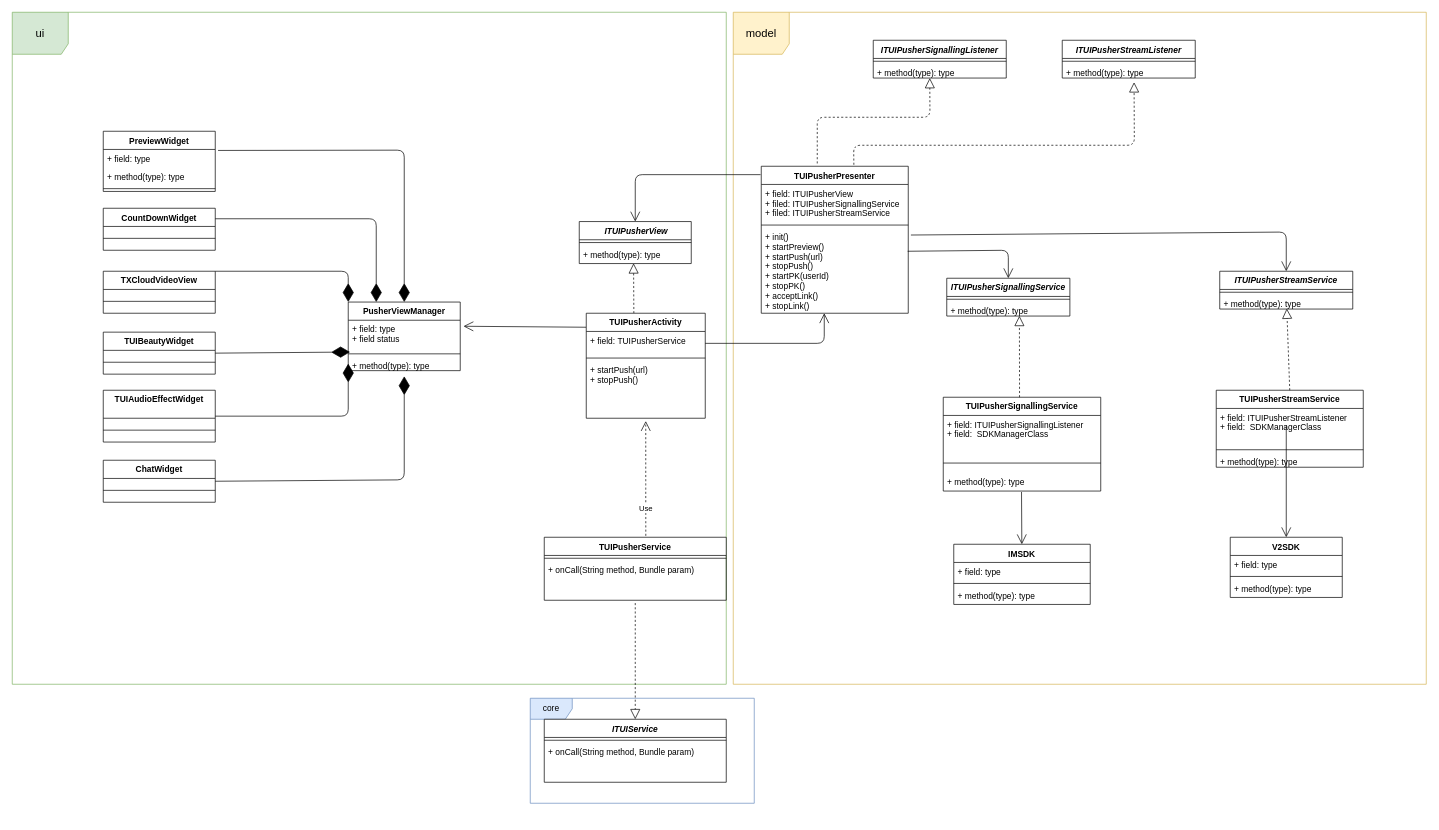
The draw.io diagram diagrams/TUIPusher.drawio in paopaosecret/resources, before the edit. Source tidied: cells renumbered, new cells numbered last; positions are measured from the earlier drawing's top-left corner, leaving out a move shared by most shapes. Both pictures are drawn from the tidied source at 70%, with x=0, y=0 at pixel (12, 12).
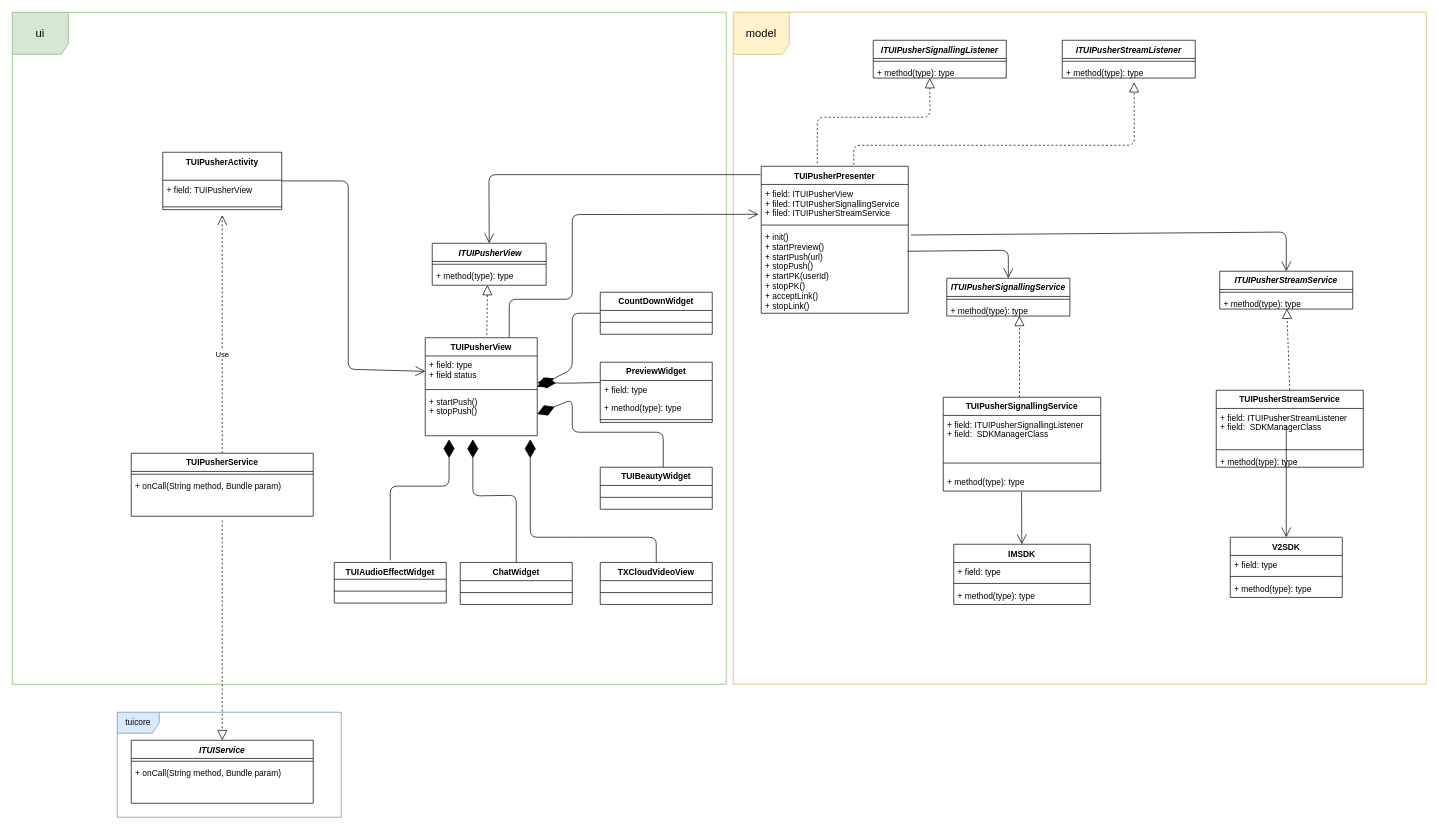
Above is the later version.

The change refers to these unchanged cells:
```xml
<mxCell id="9" value="+ field: ITUIPusherView&#10;+ filed: ITUIPusherSignallingService&#10;+ filed: ITUIPusherStreamService" style="text;strokeColor=none;fillColor=none;align=left;verticalAlign=top;spacingLeft=4;spacingRight=4;overflow=hidden;points=[[0,0.5],[1,0.5]];portConstraint=eastwest;" parent="8" vertex="1">
  <mxGeometry y="26" width="210" height="54" as="geometry" />
</mxCell>
<mxCell id="13" value="+ field: type" style="text;strokeColor=none;fillColor=none;align=left;verticalAlign=top;spacingLeft=4;spacingRight=4;overflow=hidden;points=[[0,0.5],[1,0.5]];portConstraint=eastwest;" parent="12" vertex="1">
  <mxGeometry y="26" width="160" height="26" as="geometry" />
</mxCell>
<mxCell id="56" value="+ field: type&#10;+ field status" style="text;strokeColor=none;fillColor=none;align=left;verticalAlign=top;spacingLeft=4;spacingRight=4;overflow=hidden;points=[[0,0.5],[1,0.5]];portConstraint=eastwest;" parent="55" vertex="1">
  <mxGeometry y="26" width="160" height="44" as="geometry" />
</mxCell>
<mxCell id="57" style="line;strokeWidth=1;fillColor=none;align=left;verticalAlign=middle;spacingTop=-1;spacingLeft=3;spacingRight=3;labelPosition=right;points=[];portConstraint=eastwest;" parent="55" vertex="1">
  <mxGeometry y="70" width="160" height="8" as="geometry" />
</mxCell>
<mxCell id="82" value="+ onCall(String method, Bundle param)" style="text;strokeColor=none;fillColor=none;align=left;verticalAlign=top;spacingLeft=4;spacingRight=4;overflow=hidden;points=[[0,0.5],[1,0.5]];portConstraint=eastwest;" parent="80" vertex="1">
  <mxGeometry y="34" width="260" height="56" as="geometry" />
</mxCell>
```

Diff of the diagram source:
```diff
@@
-    <mxCell id="2" value="core" style="shape=umlFrame;whiteSpace=wrap;html=1;fillColor=#dae8fc;strokeColor=#6c8ebf;" parent="1" vertex="1">
-      <mxGeometry x="740" y="980" width="320" height="150" as="geometry" />
+    <mxCell id="2" value="tuicore" style="shape=umlFrame;whiteSpace=wrap;html=1;fillColor=#dae8fc;strokeColor=#6c8ebf;" parent="1" vertex="1">
+      <mxGeometry x="150" y="1000" width="320" height="150" as="geometry" />
     </mxCell>
@@
     <mxCell id="5" value=" ITUIPusherView" style="swimlane;fontStyle=3;align=center;verticalAlign=top;horizontal=1;startSize=26;" parent="1" vertex="1">
-      <mxGeometry x="810" y="299" width="160" height="60" as="geometry" />
+      <mxGeometry x="600" y="330" width="162.7" height="60" as="geometry" />
     </mxCell>
     <mxCell id="6" style="line;strokeWidth=1;fillColor=none;align=left;verticalAlign=middle;spacingTop=-1;spacingLeft=3;spacingRight=3;labelPosition=right;" parent="5" vertex="1">
-      <mxGeometry y="26" width="160" height="8" as="geometry" />
+      <mxGeometry y="26" width="162.7" height="8" as="geometry" />
     </mxCell>
     <mxCell id="7" value="+ method(type): type" style="text;strokeColor=none;fillColor=none;align=left;verticalAlign=top;spacingLeft=4;spacingRight=4;overflow=hidden;points=[[0,0.5],[1,0.5]];portConstraint=eastwest;" parent="5" vertex="1">
-      <mxGeometry y="34" width="160" height="26" as="geometry" />
+      <mxGeometry y="34" width="162.7" height="26" as="geometry" />
     </mxCell>
@@
     <mxCell id="12" value="PreviewWidget" style="swimlane;fontStyle=1;align=center;verticalAlign=top;horizontal=1;startSize=26;" parent="1" vertex="1">
-      <mxGeometry x="130" y="170" width="160" height="86" as="geometry" />
+      <mxGeometry x="840" y="500" width="160" height="86" as="geometry" />
     </mxCell>
@@
     <mxCell id="16" style="endArrow=block;dashed=1;endFill=0;endSize=12;html=1;entryX=0.485;entryY=0.987;entryDx=0;entryDy=0;entryPerimeter=0;" parent="1" edge="1" target="7">
       <mxGeometry relative="1" as="geometry">
-        <mxPoint x="888" y="430" as="sourcePoint" />
+        <mxPoint x="678" y="461" as="sourcePoint" />
       </mxGeometry>
     </mxCell>
@@
-    <mxCell id="23" style="endArrow=open;endFill=1;endSize=12;html=1;exitX=1;exitY=0.5;exitDx=0;exitDy=0;" parent="1" edge="1" source="76">
+    <mxCell id="23" style="endArrow=open;endFill=1;endSize=12;html=1;exitX=0.75;exitY=0;exitDx=0;exitDy=0;entryX=-0.019;entryY=0.79;entryDx=0;entryDy=0;entryPerimeter=0;" parent="1" edge="1" source="55" target="9">
       <mxGeometry relative="1" as="geometry">
-        <mxPoint x="1160" y="430" as="targetPoint" />
         <Array as="points">
-          <mxPoint x="1160" y="473" />
+          <mxPoint x="710" y="410" />
+          <mxPoint x="800" y="410" />
+          <mxPoint x="800" y="289" />
         </Array>
       </mxGeometry>
     </mxCell>
     <mxCell id="24" style="endArrow=open;endFill=1;endSize=12;html=1;entryX=0.5;entryY=0;entryDx=0;entryDy=0;" parent="1" edge="1" target="5">
       <mxGeometry relative="1" as="geometry">
         <mxPoint x="1069" y="232" as="sourcePoint" />
         <Array as="points">
-          <mxPoint x="890" y="232" />
+          <mxPoint x="681" y="232" />
         </Array>
       </mxGeometry>
     </mxCell>
@@
-    <mxCell id="55" value="PusherViewManager" style="swimlane;fontStyle=1;align=center;verticalAlign=top;horizontal=1;startSize=26;" parent="1" vertex="1">
-      <mxGeometry x="480" y="414" width="160" height="98" as="geometry" />
+    <mxCell id="55" value="TUIPusherView" style="swimlane;fontStyle=1;align=center;verticalAlign=top;horizontal=1;startSize=26;" parent="1" vertex="1">
+      <mxGeometry x="590" y="465" width="160" height="140" as="geometry" />
     </mxCell>
@@
-    <mxCell id="58" value="+ method(type): type" style="text;strokeColor=none;fillColor=none;align=left;verticalAlign=top;spacingLeft=4;spacingRight=4;overflow=hidden;points=[[0,0.5],[1,0.5]];portConstraint=eastwest;" parent="55" vertex="1">
-      <mxGeometry y="78" width="160" height="20" as="geometry" />
+    <mxCell id="58" value="+ startPush()&#10;+ stopPush()" style="text;strokeColor=none;fillColor=none;align=left;verticalAlign=top;spacingLeft=4;spacingRight=4;overflow=hidden;points=[[0,0.5],[1,0.5]];portConstraint=eastwest;" parent="55" vertex="1">
+      <mxGeometry y="78" width="160" height="62" as="geometry" />
     </mxCell>
-    <mxCell id="59" style="endArrow=open;endFill=1;endSize=12;html=1;entryX=1.029;entryY=0.195;entryDx=0;entryDy=0;exitX=0;exitY=0.25;exitDx=0;exitDy=0;entryPerimeter=0;" parent="1" edge="1" target="56">
+    <mxCell id="59" style="endArrow=open;endFill=1;endSize=12;html=1;entryX=0;entryY=0.5;entryDx=0;entryDy=0;exitX=1;exitY=0.5;exitDx=0;exitDy=0;" parent="1" edge="1" source="75" target="56">
       <mxGeometry relative="1" as="geometry">
-        <mxPoint x="820" y="450" as="sourcePoint" />
+        <Array as="points">
+          <mxPoint x="480" y="241" />
+          <mxPoint x="480" y="510" />
+        </Array>
       </mxGeometry>
     </mxCell>
-    <mxCell id="60" style="endArrow=diamondThin;endFill=1;endSize=24;html=1;entryX=0.5;entryY=0;entryDx=0;entryDy=0;exitX=1.025;exitY=0.055;exitDx=0;exitDy=0;exitPerimeter=0;" parent="1" edge="1" source="13" target="55">
+    <mxCell id="60" style="endArrow=diamondThin;endFill=1;endSize=24;html=1;" parent="1" edge="1">
       <mxGeometry relative="1" as="geometry">
+        <mxPoint x="840" y="529" as="sourcePoint" />
+        <mxPoint x="750" y="529" as="targetPoint" />
         <Array as="points">
-          <mxPoint x="560" y="197" />
+          <mxPoint x="790" y="530" />
         </Array>
       </mxGeometry>
     </mxCell>
     <mxCell id="61" value="CountDownWidget" style="swimlane;fontStyle=1;align=center;verticalAlign=top;horizontal=1;startSize=26;" parent="1" vertex="1">
-      <mxGeometry x="130" y="280" width="160" height="60" as="geometry" />
+      <mxGeometry x="840" y="400" width="160" height="60" as="geometry" />
     </mxCell>
@@
-    <mxCell id="63" style="endArrow=diamondThin;endFill=1;endSize=24;html=1;exitX=1;exitY=0.25;exitDx=0;exitDy=0;entryX=0.25;entryY=0;entryDx=0;entryDy=0;" parent="1" edge="1" source="61" target="55">
+    <mxCell id="63" style="endArrow=diamondThin;endFill=1;endSize=24;html=1;entryX=1;entryY=0.5;entryDx=0;entryDy=0;exitX=0;exitY=0.5;exitDx=0;exitDy=0;" parent="1" edge="1" source="61" target="55">
       <mxGeometry relative="1" as="geometry">
         <Array as="points">
-          <mxPoint x="520" y="295" />
+          <mxPoint x="800" y="430" />
+          <mxPoint x="800" y="510" />
         </Array>
       </mxGeometry>
     </mxCell>
     <mxCell id="64" value="TXCloudVideoView" style="swimlane;fontStyle=1;align=center;verticalAlign=top;horizontal=1;startSize=26;" parent="1" vertex="1">
-      <mxGeometry x="130" y="370" width="160" height="60" as="geometry" />
+      <mxGeometry x="840" y="786" width="160" height="60" as="geometry" />
     </mxCell>
@@
-    <mxCell id="66" style="endArrow=diamondThin;endFill=1;endSize=24;html=1;exitX=1;exitY=0;exitDx=0;exitDy=0;entryX=0;entryY=0;entryDx=0;entryDy=0;" parent="1" edge="1" source="64" target="55">
+    <mxCell id="66" style="endArrow=diamondThin;endFill=1;endSize=24;html=1;exitX=0.5;exitY=0;exitDx=0;exitDy=0;" parent="1" edge="1" source="64">
       <mxGeometry relative="1" as="geometry">
+        <mxPoint x="740" y="610" as="targetPoint" />
         <Array as="points">
-          <mxPoint x="480" y="370" />
+          <mxPoint x="920" y="750" />
+          <mxPoint x="800" y="750" />
+          <mxPoint x="740" y="750" />
+          <mxPoint x="740" y="670" />
         </Array>
       </mxGeometry>
     </mxCell>
     <mxCell id="67" value="TUIBeautyWidget" style="swimlane;fontStyle=1;align=center;verticalAlign=top;horizontal=1;startSize=26;" parent="1" vertex="1">
-      <mxGeometry x="130" y="457" width="160" height="60" as="geometry" />
+      <mxGeometry x="840" y="650" width="160" height="60" as="geometry" />
     </mxCell>
@@
-    <mxCell id="69" style="endArrow=diamondThin;endFill=1;endSize=24;html=1;entryX=0.016;entryY=0.179;entryDx=0;entryDy=0;entryPerimeter=0;exitX=1;exitY=0.5;exitDx=0;exitDy=0;" parent="1" edge="1" source="67" target="57">
-      <mxGeometry relative="1" as="geometry" />
+    <mxCell id="69" style="endArrow=diamondThin;endFill=1;endSize=24;html=1;entryX=1;entryY=0.5;entryDx=0;entryDy=0;" parent="1" edge="1" target="58">
+      <mxGeometry relative="1" as="geometry">
+        <mxPoint x="930" y="650" as="sourcePoint" />
+        <Array as="points">
+          <mxPoint x="930" y="600" />
+          <mxPoint x="800" y="600" />
+          <mxPoint x="800" y="553" />
+        </Array>
+      </mxGeometry>
     </mxCell>
-    <mxCell id="70" value="TUIAudioEffectWidget" style="swimlane;fontStyle=1;align=center;verticalAlign=top;horizontal=1;startSize=40;" parent="1" vertex="1">
-      <mxGeometry x="130" y="540" width="160" height="74" as="geometry" />
+    <mxCell id="70" value="TUIAudioEffectWidget" style="swimlane;fontStyle=1;align=center;verticalAlign=top;horizontal=1;startSize=24;" parent="1" vertex="1">
+      <mxGeometry x="460" y="786" width="160" height="58" as="geometry" />
     </mxCell>
     <mxCell id="71" style="line;strokeWidth=1;fillColor=none;align=left;verticalAlign=middle;spacingTop=-1;spacingLeft=3;spacingRight=3;labelPosition=right;" parent="70" vertex="1">
-      <mxGeometry y="40" width="160" height="34" as="geometry" />
+      <mxGeometry y="24" width="160" height="34" as="geometry" />
     </mxCell>
-    <mxCell id="72" style="endArrow=diamondThin;endFill=1;endSize=24;html=1;exitX=1;exitY=0.5;exitDx=0;exitDy=0;entryX=0;entryY=0.5;entryDx=0;entryDy=0;" parent="1" edge="1" source="70" target="58">
+    <mxCell id="72" style="endArrow=diamondThin;endFill=1;endSize=24;html=1;exitX=0.5;exitY=0;exitDx=0;exitDy=0;" parent="1" edge="1">
       <mxGeometry relative="1" as="geometry">
+        <mxPoint x="540" y="783" as="sourcePoint" />
+        <mxPoint x="624" y="610" as="targetPoint" />
         <Array as="points">
-          <mxPoint x="480" y="577" />
+          <mxPoint x="540" y="677" />
+          <mxPoint x="624" y="677" />
         </Array>
       </mxGeometry>
     </mxCell>
     <mxCell id="73" value="ChatWidget" style="swimlane;fontStyle=1;align=center;verticalAlign=top;horizontal=1;startSize=26;" parent="1" vertex="1">
-      <mxGeometry x="130" y="640" width="160" height="60" as="geometry" />
+      <mxGeometry x="640" y="786" width="160" height="60" as="geometry" />
     </mxCell>
@@
-    <mxCell id="75" value="TUIPusherActivity" style="swimlane;fontStyle=1;align=center;verticalAlign=top;horizontal=1;startSize=26;" parent="1" vertex="1">
-      <mxGeometry x="820" y="430" width="170" height="150" as="geometry" />
+    <mxCell id="75" value="TUIPusherActivity" style="swimlane;fontStyle=1;align=center;verticalAlign=top;horizontal=1;startSize=40;" parent="1" vertex="1">
+      <mxGeometry x="215" y="200" width="170" height="82" as="geometry" />
     </mxCell>
-    <mxCell id="76" value="+ field: TUIPusherService" style="text;strokeColor=none;fillColor=none;align=left;verticalAlign=top;spacingLeft=4;spacingRight=4;overflow=hidden;points=[[0,0.5],[1,0.5]];portConstraint=eastwest;" parent="75" vertex="1">
-      <mxGeometry y="26" width="170" height="34" as="geometry" />
+    <mxCell id="76" value="+ field: TUIPusherView" style="text;strokeColor=none;fillColor=none;align=left;verticalAlign=top;spacingLeft=4;spacingRight=4;overflow=hidden;points=[[0,0.5],[1,0.5]];portConstraint=eastwest;" parent="75" vertex="1">
+      <mxGeometry y="40" width="170" height="34" as="geometry" />
     </mxCell>
     <mxCell id="77" style="line;strokeWidth=1;fillColor=none;align=left;verticalAlign=middle;spacingTop=-1;spacingLeft=3;spacingRight=3;labelPosition=right;" parent="75" vertex="1">
-      <mxGeometry y="60" width="170" height="8" as="geometry" />
+      <mxGeometry y="74" width="170" height="8" as="geometry" />
     </mxCell>
-    <mxCell id="78" value="+ startPush(url)&#10;+ stopPush()" style="text;strokeColor=none;fillColor=none;align=left;verticalAlign=top;spacingLeft=4;spacingRight=4;overflow=hidden;points=[[0,0.5],[1,0.5]];portConstraint=eastwest;" parent="75" vertex="1">
-      <mxGeometry y="68" width="170" height="82" as="geometry" />
-    </mxCell>
-    <mxCell id="79" style="endArrow=diamondThin;endFill=1;endSize=24;html=1;exitX=1;exitY=0.5;exitDx=0;exitDy=0;" parent="1" edge="1" source="73">
+    <mxCell id="79" style="endArrow=diamondThin;endFill=1;endSize=24;html=1;exitX=0.5;exitY=0;exitDx=0;exitDy=0;" parent="1" edge="1" source="73">
       <mxGeometry relative="1" as="geometry">
-        <mxPoint x="560" y="520" as="targetPoint" />
+        <mxPoint x="658" y="610" as="targetPoint" />
         <Array as="points">
-          <mxPoint x="560" y="668" />
+          <mxPoint x="720" y="690" />
+          <mxPoint x="658" y="691" />
         </Array>
       </mxGeometry>
     </mxCell>
     <mxCell id="80" value="TUIPusherService" style="swimlane;fontStyle=1;align=center;verticalAlign=top;horizontal=1;startSize=26;" parent="1" vertex="1">
-      <mxGeometry x="760" y="750" width="260" height="90" as="geometry" />
+      <mxGeometry x="170" y="630" width="260" height="90" as="geometry" />
     </mxCell>
@@
-    <mxCell id="83" value="Use" style="endArrow=open;endSize=12;dashed=1;html=1;entryX=0.5;entryY=1.049;entryDx=0;entryDy=0;entryPerimeter=0;exitX=0.558;exitY=-0.022;exitDx=0;exitDy=0;exitPerimeter=0;" parent="1" edge="1" source="80" target="78">
-      <mxGeometry x="-0.53" relative="1" as="geometry">
-        <Array as="points">
-          <mxPoint x="905" y="670" />
-        </Array>
+    <mxCell id="83" value="Use" style="endArrow=open;endSize=12;dashed=1;html=1;exitX=0.5;exitY=0;exitDx=0;exitDy=0;" parent="1" edge="1" source="80">
+      <mxGeometry x="-0.17" relative="1" as="geometry">
+        <mxPoint x="300" y="290" as="targetPoint" />
       </mxGeometry>
     </mxCell>
     <mxCell id="84" value="ITUIService" style="swimlane;fontStyle=3;align=center;verticalAlign=top;horizontal=1;startSize=26;" parent="1" vertex="1">
-      <mxGeometry x="760" y="1010" width="260" height="90" as="geometry" />
+      <mxGeometry x="170" y="1040" width="260" height="90" as="geometry" />
     </mxCell>
@@
-    <mxCell id="87" style="endArrow=block;dashed=1;endFill=0;endSize=12;html=1;entryX=0.5;entryY=0;entryDx=0;entryDy=0;" parent="1" edge="1" target="84">
-      <mxGeometry relative="1" as="geometry">
-        <mxPoint x="890" y="844" as="sourcePoint" />
-      </mxGeometry>
+    <mxCell id="87" style="endArrow=block;dashed=1;endFill=0;endSize=12;html=1;entryX=0.5;entryY=0;entryDx=0;entryDy=0;exitX=0.5;exitY=1.107;exitDx=0;exitDy=0;exitPerimeter=0;" parent="1" edge="1" source="82" target="84">
+      <mxGeometry relative="1" as="geometry" />
     </mxCell>
```
